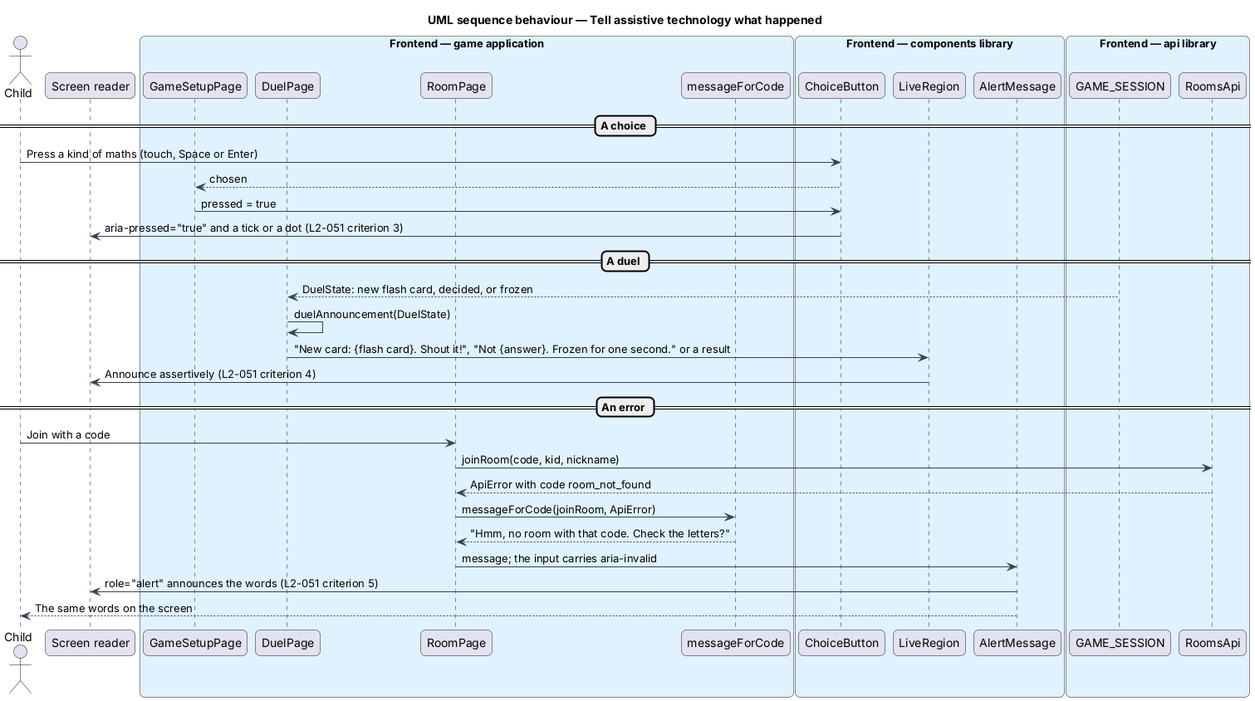
The PlantUML diagram docs/detailed-designs/platform/show-every-screen-to-everyone/diagrams/sequence-announce-to-assistive-technology.png in QuinntyneBrown/around-the-world, before a commit. Its source is kept beside it as docs/detailed-designs/platform/show-every-screen-to-everyone/diagrams/sequence-announce-to-assistive-technology.puml. Its diagram source:
```plantuml
@startuml
title UML sequence behaviour — Tell assistive technology what happened
skinparam backgroundColor #FFFFFF
skinparam shadowing false
skinparam roundcorner 12
skinparam defaultFontName Arial
skinparam ArrowColor #344054
skinparam rectangle {
  BorderColor #344054
  FontColor #101828
}
skinparam package {
  BorderColor #667085
  FontColor #101828
  BackgroundColor #F9FAFB
}
actor "Child" as actor
participant "Screen reader" as sr
box "Frontend — game application" #E0F2FE
  participant "GameSetupPage" as setup
  participant "DuelPage" as duel
  participant "RoomPage" as room
  participant "messageForCode" as words
end box
box "Frontend — components library" #E0F2FE
  participant "ChoiceButton" as choice
  participant "LiveRegion" as live
  participant "AlertMessage" as alert
end box
box "Frontend — api library" #E0F2FE
  participant "GAME_SESSION" as session
  participant "RoomsApi" as rooms
end box
== A choice ==
actor -> choice : Press a kind of maths (touch, Space or Enter)
choice --> setup : chosen
setup -> choice : pressed = true
choice -> sr : aria-pressed="true" and a tick or a dot (L2-051 criterion 3)
== A duel ==
session --> duel : DuelState: new flash card, decided, or frozen
duel -> duel : duelAnnouncement(DuelState)
duel -> live : "New card: {flash card}. Shout it!", "Not {answer}. Frozen for one second." or a result
live -> sr : Announce assertively (L2-051 criterion 4)
== An error ==
actor -> room : Join with a code
room -> rooms : joinRoom(code, kid, nickname)
rooms --> room : ApiError with code room_not_found
room -> words : messageForCode(joinRoom, ApiError)
words --> room : "Hmm, no room with that code. Check the letters?"
room -> alert : message; the input carries aria-invalid
alert -> sr : role="alert" announces the words (L2-051 criterion 5)
alert --> actor : The same words on the screen
@enduml
```
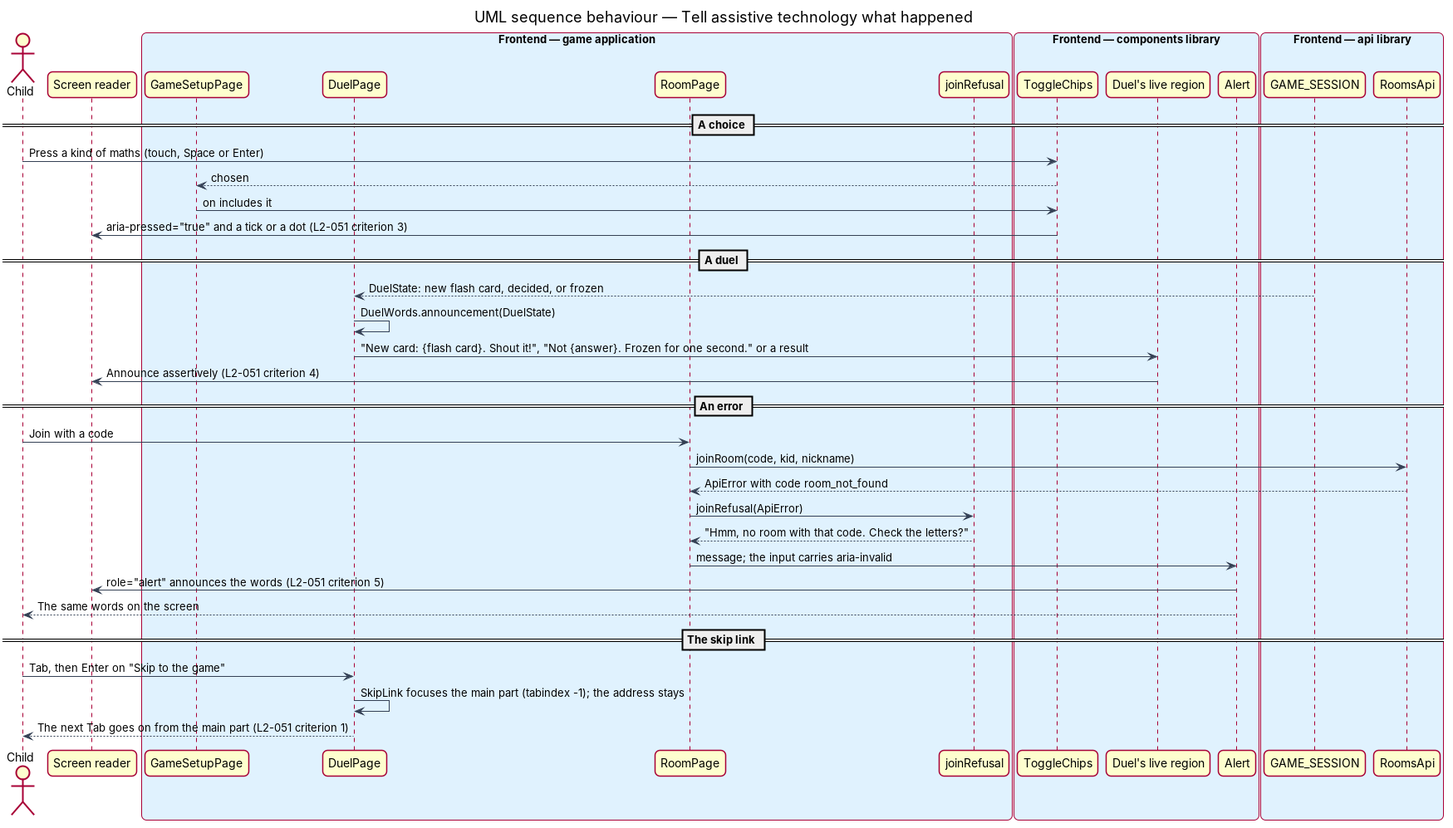
Above is the later version.

Diff of the diagram source:
```diff
@@ -20,12 +20,12 @@
   participant "GameSetupPage" as setup
   participant "DuelPage" as duel
   participant "RoomPage" as room
-  participant "messageForCode" as words
+  participant "joinRefusal" as words
 end box
 box "Frontend — components library" #E0F2FE
-  participant "ChoiceButton" as choice
-  participant "LiveRegion" as live
-  participant "AlertMessage" as alert
+  participant "ToggleChips" as choice
+  participant "Duel's live region" as live
+  participant "Alert" as alert
 end box
 box "Frontend — api library" #E0F2FE
   participant "GAME_SESSION" as session
@@ -34,20 +34,24 @@
 == A choice ==
 actor -> choice : Press a kind of maths (touch, Space or Enter)
 choice --> setup : chosen
-setup -> choice : pressed = true
+setup -> choice : on includes it
 choice -> sr : aria-pressed="true" and a tick or a dot (L2-051 criterion 3)
 == A duel ==
 session --> duel : DuelState: new flash card, decided, or frozen
-duel -> duel : duelAnnouncement(DuelState)
+duel -> duel : DuelWords.announcement(DuelState)
 duel -> live : "New card: {flash card}. Shout it!", "Not {answer}. Frozen for one second." or a result
 live -> sr : Announce assertively (L2-051 criterion 4)
 == An error ==
 actor -> room : Join with a code
 room -> rooms : joinRoom(code, kid, nickname)
 rooms --> room : ApiError with code room_not_found
-room -> words : messageForCode(joinRoom, ApiError)
+room -> words : joinRefusal(ApiError)
 words --> room : "Hmm, no room with that code. Check the letters?"
 room -> alert : message; the input carries aria-invalid
 alert -> sr : role="alert" announces the words (L2-051 criterion 5)
 alert --> actor : The same words on the screen
+== The skip link ==
+actor -> duel : Tab, then Enter on "Skip to the game"
+duel -> duel : SkipLink focuses the main part (tabindex -1); the address stays
+duel --> actor : The next Tab goes on from the main part (L2-051 criterion 1)
 @enduml
```
